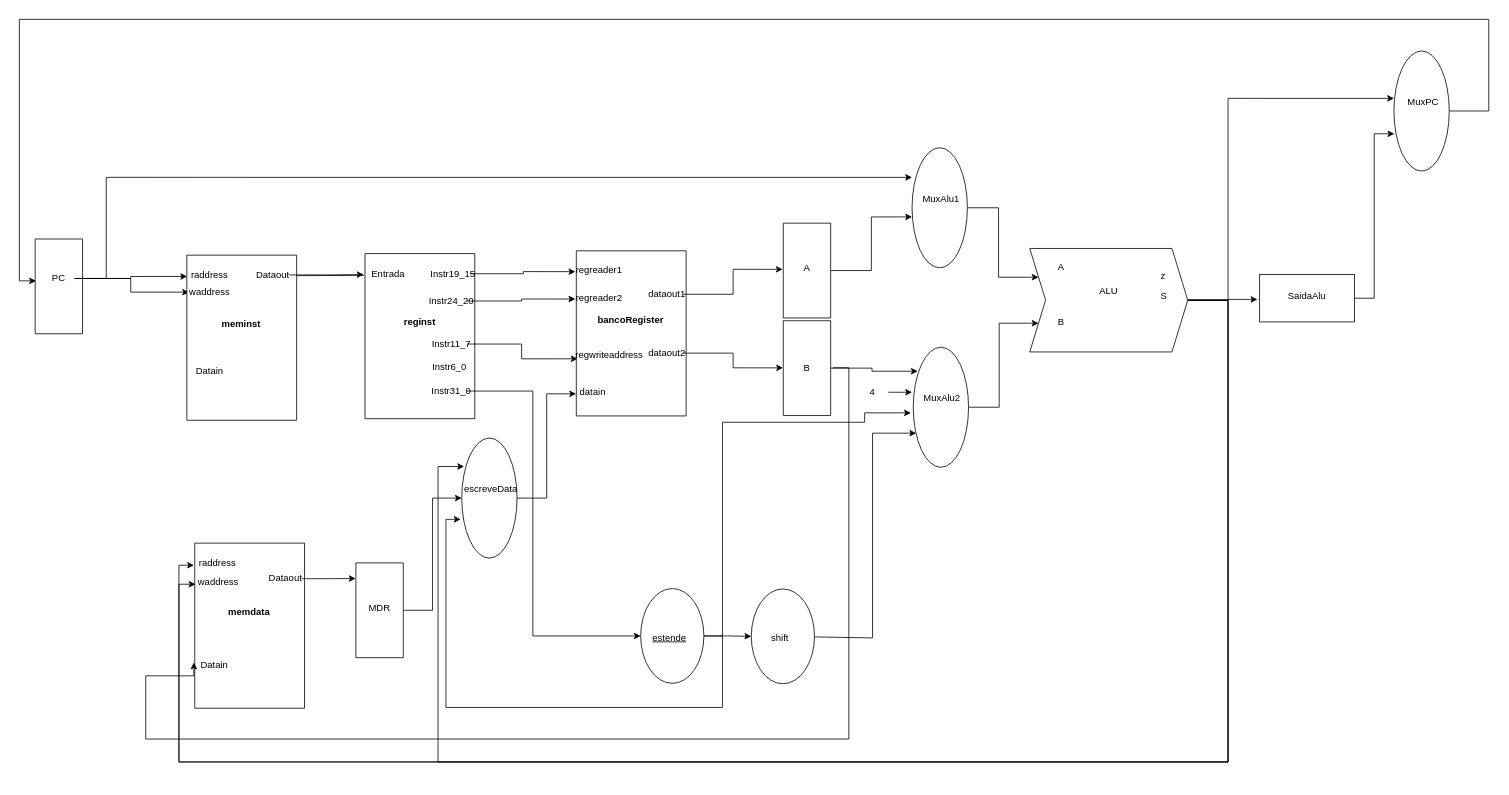
Before: cpu.drawio in GabrielOlem/ProjetoHardware, a draw.io diagram. Source tidied: cells renumbered, new cells numbered last; positions are measured from the earlier drawing's top-left corner, leaving out a move shared by most shapes. Both pictures are drawn from the tidied source at 79%, with x=0, y=0 at pixel (11, 19).
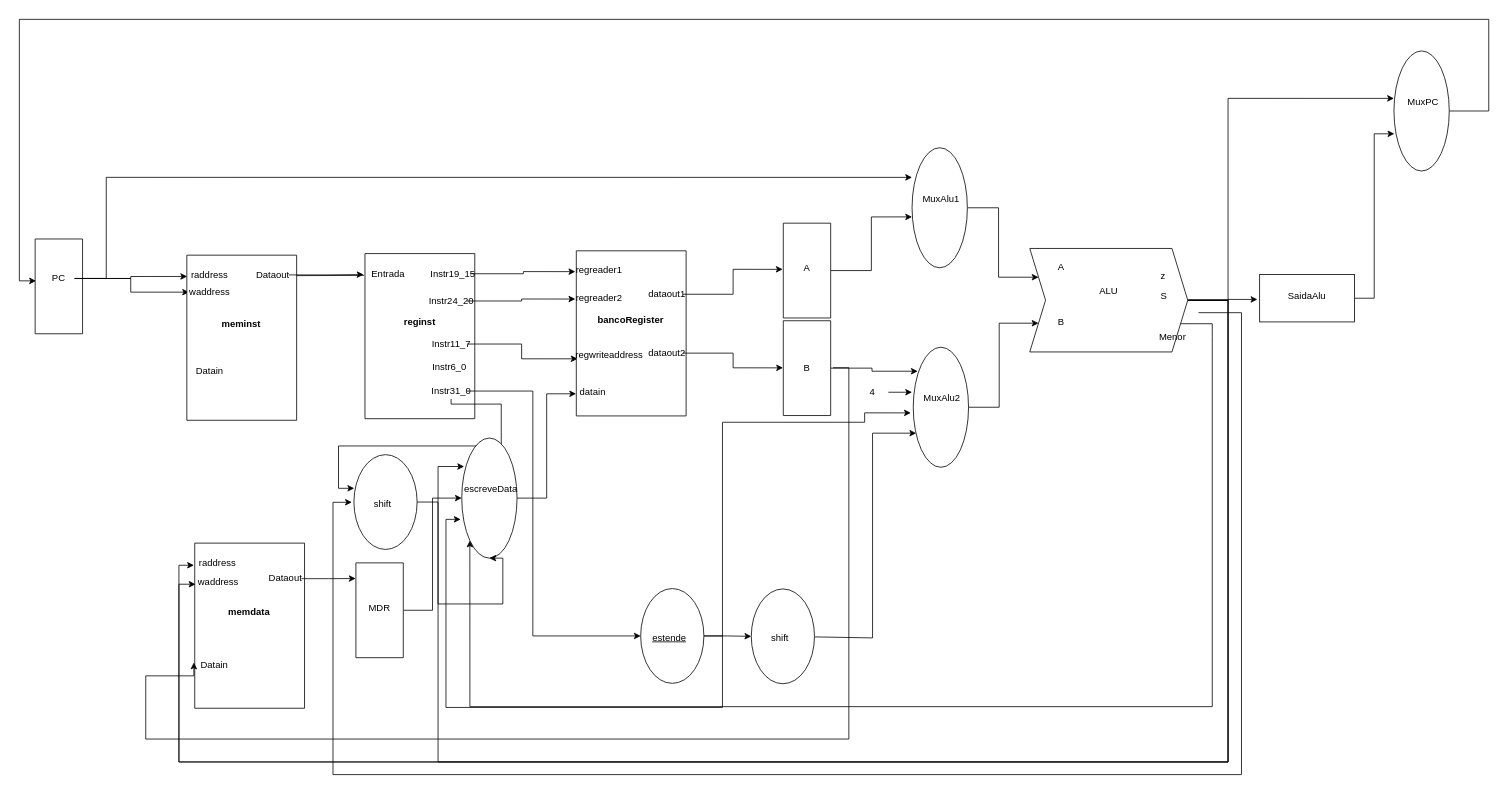
Above is the later version.

Unchanged cells that the change refers to:
```xml
<mxCell id="17" value="Instr31_0" style="text;html=1;strokeColor=none;fillColor=none;align=center;verticalAlign=middle;whiteSpace=wrap;rounded=0;direction=west;" parent="1" vertex="1">
  <mxGeometry x="536.5" y="460.5" width="40" height="20" as="geometry" />
</mxCell>
<mxCell id="65" style="shape=step;perimeter=stepPerimeter;whiteSpace=wrap;html=1;fixedSize=1;" parent="1" vertex="1">
  <mxGeometry x="1289" y="290" width="200" height="131" as="geometry" />
</mxCell>
<mxCell id="75" style="ellipse;whiteSpace=wrap;html=1;direction=south;" parent="1" vertex="1">
  <mxGeometry x="570" y="530" width="70" height="152" as="geometry" />
</mxCell>
```

The edit, as a diff of the source:
```diff
@@
+    <mxCell id="90" style="edgeStyle=orthogonalEdgeStyle;rounded=0;jettySize=auto;html=1;entryX=0.355;entryY=0.995;entryDx=0;entryDy=0;entryPerimeter=0;" parent="1" edge="1" source="17" target="95">
+      <mxGeometry relative="1" as="geometry">
+        <Array as="points">
+          <mxPoint x="620" y="487" />
+          <mxPoint x="620" y="540" />
+          <mxPoint x="414" y="540" />
+          <mxPoint x="414" y="594" />
+        </Array>
+      </mxGeometry>
+    </mxCell>
@@
+    <mxCell id="91" style="edgeStyle=orthogonalEdgeStyle;rounded=0;jettySize=auto;html=1;exitX=1;exitY=0.75;exitDx=0;exitDy=0;entryX=1;entryY=1;entryDx=0;entryDy=0;" parent="1" edge="1" source="65" target="75">
+      <mxGeometry relative="1" as="geometry">
+        <Array as="points">
+          <mxPoint x="1520" y="401" />
+          <mxPoint x="1520" y="870" />
+          <mxPoint x="580" y="870" />
+          <mxPoint x="580" y="676" />
+        </Array>
+      </mxGeometry>
+    </mxCell>
+    <mxCell id="92" style="edgeStyle=orthogonalEdgeStyle;rounded=0;orthogonalLoop=1;jettySize=auto;html=1;entryX=0.5;entryY=1;entryDx=0;entryDy=0;exitX=1;exitY=0.5;exitDx=0;exitDy=0;" parent="1" edge="1">
+      <mxGeometry relative="1" as="geometry">
+        <mxPoint x="1502.6" y="371.3" as="sourcePoint" />
+        <mxPoint x="430.9" y="611.3" as="targetPoint" />
+        <Array as="points">
+          <mxPoint x="1557" y="371" />
+          <mxPoint x="1557" y="956" />
+          <mxPoint x="407" y="956" />
+          <mxPoint x="407" y="611" />
+        </Array>
+      </mxGeometry>
+    </mxCell>
@@
+    <mxCell id="93" value="Menor" style="text;html=1;strokeColor=none;fillColor=none;align=center;verticalAlign=middle;whiteSpace=wrap;rounded=0;" parent="1" vertex="1">
+      <mxGeometry x="1450" y="392" width="40" height="20" as="geometry" />
+    </mxCell>
+    <mxCell id="94" style="edgeStyle=orthogonalEdgeStyle;rounded=0;jettySize=auto;html=1;exitX=0.5;exitY=0;exitDx=0;exitDy=0;entryX=1;entryY=0.5;entryDx=0;entryDy=0;" parent="1" edge="1" source="95" target="75">
+      <mxGeometry relative="1" as="geometry">
+        <Array as="points">
+          <mxPoint x="540" y="611" />
+          <mxPoint x="540" y="740" />
+          <mxPoint x="622" y="740" />
+        </Array>
+      </mxGeometry>
+    </mxCell>
+    <mxCell id="95" style="ellipse;whiteSpace=wrap;html=1;rotation=90;" parent="1" vertex="1">
+      <mxGeometry x="413.5" y="571" width="120" height="80" as="geometry" />
+    </mxCell>
+    <mxCell id="96" value="shift" style="text;html=1;strokeColor=none;fillColor=none;align=center;verticalAlign=middle;whiteSpace=wrap;rounded=0;" parent="1" vertex="1">
+      <mxGeometry x="449.5" y="603.5" width="40" height="20" as="geometry" />
+    </mxCell>
```
